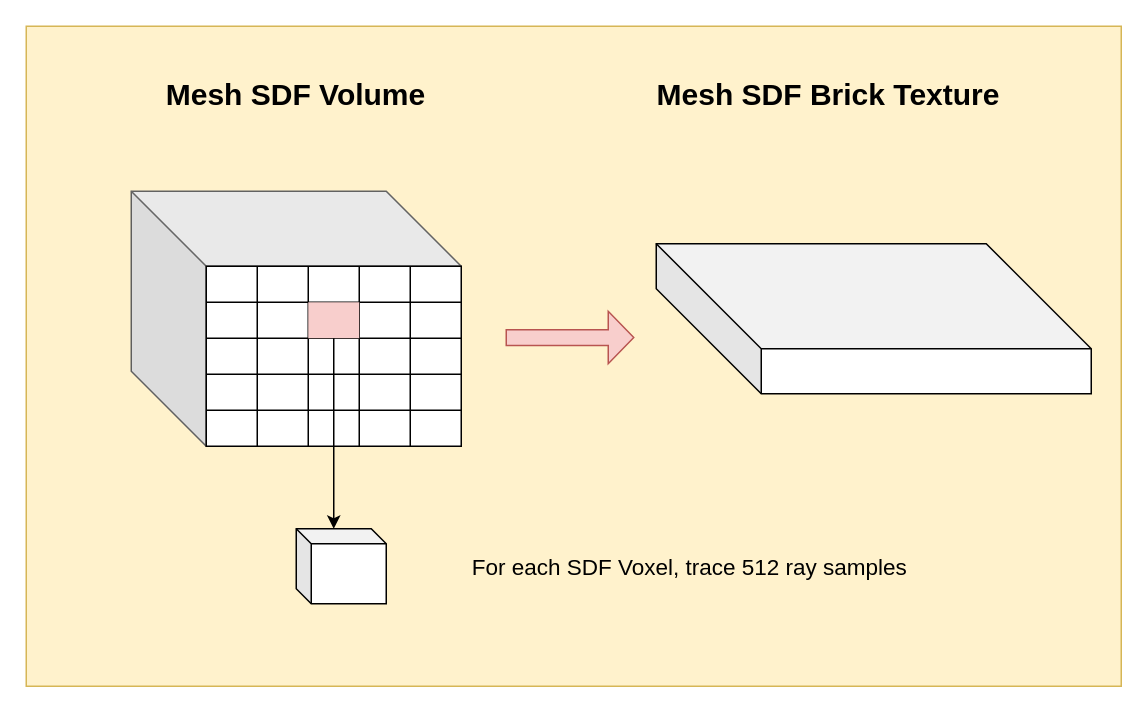
Earlier version of the draw.io diagram source/resource/simlumen/drawio/build_mesh_sdf.drawio (ShawnTSH1229/ShawnTSH1229.github.io). Source tidied: cells renumbered, new cells numbered last; positions are measured from the earlier drawing's top-left corner, leaving out a move shared by most shapes. Both pictures are drawn from the tidied source at 150%, with x=0, y=0 at pixel (26, 26).
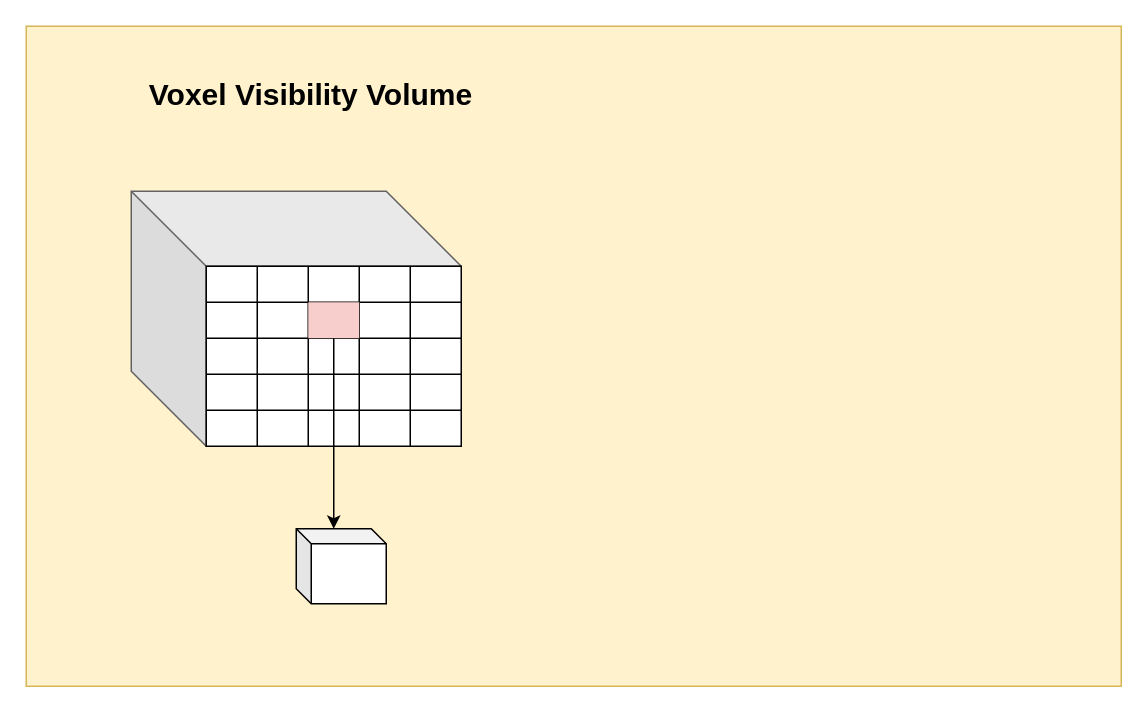
The same page after the edit.

What changed in the source:
```diff
@@
-    <mxCell id="35" style="shape=cube;whiteSpace=wrap;html=1;boundedLbl=1;backgroundOutline=1;darkOpacity=0.05;darkOpacity2=0.1;size=70;" parent="1" vertex="1">
-      <mxGeometry x="420" y="145" width="290" height="100" as="geometry" />
-    </mxCell>
-    <mxCell id="36" value="Mesh SDF Volume" style="text;html=1;align=center;verticalAlign=middle;whiteSpace=wrap;rounded=0;fontStyle=1;fontSize=20;" parent="1" vertex="1">
-      <mxGeometry x="80" y="30" width="200" height="30" as="geometry" />
+    <mxCell id="36" value="Voxel Visibility Volume" style="text;html=1;align=center;verticalAlign=middle;whiteSpace=wrap;rounded=0;fontStyle=1;fontSize=20;" parent="1" vertex="1">
+      <mxGeometry x="80" y="30" width="220" height="30" as="geometry" />
     </mxCell>
-    <mxCell id="37" value="Mesh SDF Brick Texture" style="text;html=1;align=center;verticalAlign=middle;whiteSpace=wrap;rounded=0;fontStyle=1;fontSize=20;" parent="1" vertex="1">
-      <mxGeometry x="405" y="30" width="260" height="30" as="geometry" />
-    </mxCell>
@@
-    <mxCell id="40" value="For each SDF Voxel, trace 512 ray samples" style="text;html=1;align=center;verticalAlign=middle;whiteSpace=wrap;rounded=0;fontStyle=0;fontSize=15;" parent="1" vertex="1">
-      <mxGeometry x="230" y="345" width="425" height="30" as="geometry" />
-    </mxCell>
-    <mxCell id="41" style="shape=singleArrow;whiteSpace=wrap;html=1;fillColor=#f8cecc;strokeColor=#b85450;" parent="1" vertex="1">
-      <mxGeometry x="320" y="190" width="85" height="35" as="geometry" />
-    </mxCell>
```
